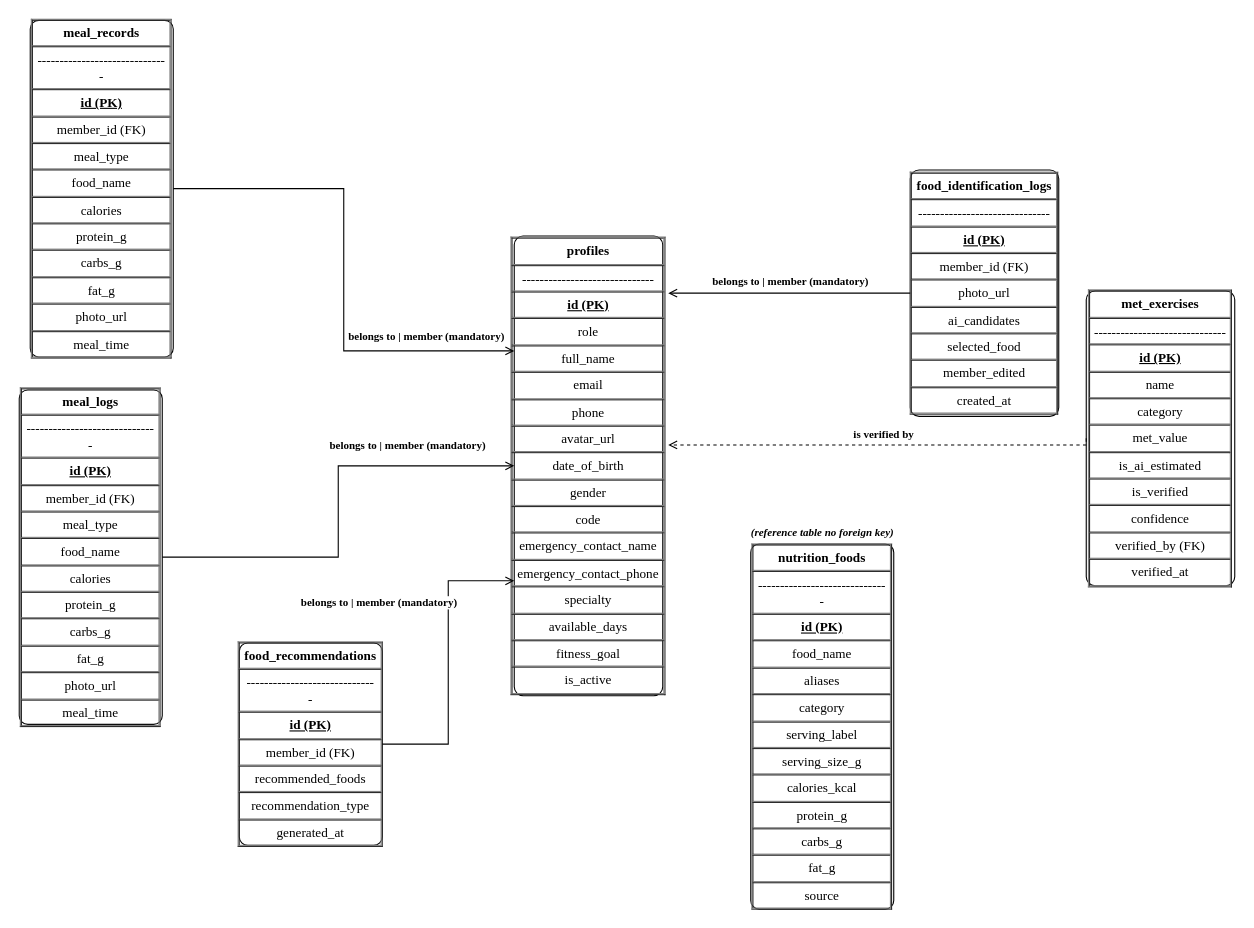
Above: chapter123/ERD-Fig24-Nutrition-Meal-Logging.drawio in JohnPaul010505/capstsh (draw.io), before the change. Source tidied: cells renumbered, new cells numbered last; positions are measured from the earlier drawing's top-left corner, leaving out a move shared by most shapes. Both pictures are drawn from the tidied source at 110%, with x=0, y=0 at pixel (19, 20).
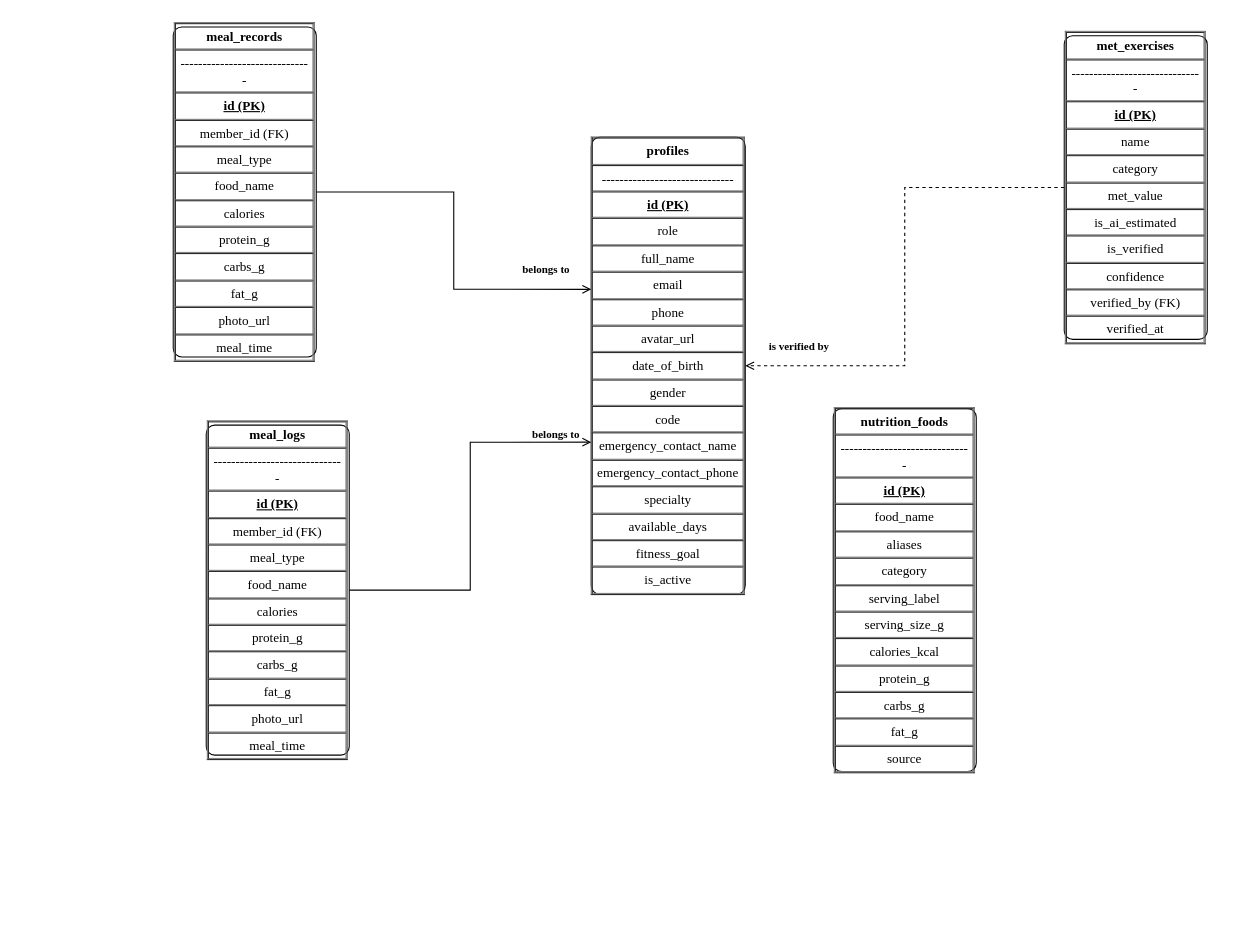
Above is the later version.

Change to the diagram source:
```diff
@@
 <mxGraphModel>
   <root>
     <mxCell id="0" />
     <mxCell id="1" parent="0" />
     <mxCell id="2" value="&lt;table border=&quot;1&quot; cellpadding=&quot;4&quot; cellspacing=&quot;0&quot; width=&quot;100%&quot;&gt;&lt;tr&gt;&lt;td align=&quot;center&quot;&gt;&lt;b&gt;meal_records&lt;/b&gt;&lt;/td&gt;&lt;/tr&gt;&lt;tr&gt;&lt;td&gt;------------------------------&lt;/td&gt;&lt;/tr&gt;&lt;tr&gt;&lt;td&gt;&lt;b&gt;&lt;u&gt;id (PK)&lt;/u&gt;&lt;/b&gt;&lt;/td&gt;&lt;/tr&gt;&lt;tr&gt;&lt;td&gt;member_id (FK)&lt;/td&gt;&lt;/tr&gt;&lt;tr&gt;&lt;td&gt;meal_type&lt;/td&gt;&lt;/tr&gt;&lt;tr&gt;&lt;td&gt;food_name&lt;/td&gt;&lt;/tr&gt;&lt;tr&gt;&lt;td&gt;calories&lt;/td&gt;&lt;/tr&gt;&lt;tr&gt;&lt;td&gt;protein_g&lt;/td&gt;&lt;/tr&gt;&lt;tr&gt;&lt;td&gt;carbs_g&lt;/td&gt;&lt;/tr&gt;&lt;tr&gt;&lt;td&gt;fat_g&lt;/td&gt;&lt;/tr&gt;&lt;tr&gt;&lt;td&gt;photo_url&lt;/td&gt;&lt;/tr&gt;&lt;tr&gt;&lt;td&gt;meal_time&lt;/td&gt;&lt;/tr&gt;&lt;/table&gt;" style="rounded=1;arcSize=6;whiteSpace=wrap;html=1;fillColor=#FFFFFF;strokeColor=#000000;fontFamily=Times New Roman;fontSize=12;" parent="1" vertex="1">
-      <mxGeometry x="10" width="130" height="306" as="geometry" />
+      <mxGeometry x="140" y="6" width="130" height="300" as="geometry" />
     </mxCell>
     <mxCell id="3" value="&lt;table border=&quot;1&quot; cellpadding=&quot;4&quot; cellspacing=&quot;0&quot; width=&quot;100%&quot;&gt;&lt;tr&gt;&lt;td align=&quot;center&quot;&gt;&lt;b&gt;meal_logs&lt;/b&gt;&lt;/td&gt;&lt;/tr&gt;&lt;tr&gt;&lt;td&gt;------------------------------&lt;/td&gt;&lt;/tr&gt;&lt;tr&gt;&lt;td&gt;&lt;b&gt;&lt;u&gt;id (PK)&lt;/u&gt;&lt;/b&gt;&lt;/td&gt;&lt;/tr&gt;&lt;tr&gt;&lt;td&gt;member_id (FK)&lt;/td&gt;&lt;/tr&gt;&lt;tr&gt;&lt;td&gt;meal_type&lt;/td&gt;&lt;/tr&gt;&lt;tr&gt;&lt;td&gt;food_name&lt;/td&gt;&lt;/tr&gt;&lt;tr&gt;&lt;td&gt;calories&lt;/td&gt;&lt;/tr&gt;&lt;tr&gt;&lt;td&gt;protein_g&lt;/td&gt;&lt;/tr&gt;&lt;tr&gt;&lt;td&gt;carbs_g&lt;/td&gt;&lt;/tr&gt;&lt;tr&gt;&lt;td&gt;fat_g&lt;/td&gt;&lt;/tr&gt;&lt;tr&gt;&lt;td&gt;photo_url&lt;/td&gt;&lt;/tr&gt;&lt;tr&gt;&lt;td&gt;meal_time&lt;/td&gt;&lt;/tr&gt;&lt;/table&gt;" style="rounded=1;arcSize=6;whiteSpace=wrap;html=1;fillColor=#FFFFFF;strokeColor=#000000;fontFamily=Times New Roman;fontSize=12;" parent="1" vertex="1">
-      <mxGeometry y="336" width="130" height="304" as="geometry" />
+      <mxGeometry x="170" y="368" width="130" height="300" as="geometry" />
     </mxCell>
-    <mxCell id="4" value="&lt;table border=&quot;1&quot; cellpadding=&quot;4&quot; cellspacing=&quot;0&quot; width=&quot;100%&quot;&gt;&lt;tr&gt;&lt;td align=&quot;center&quot;&gt;&lt;b&gt;food_recommendations&lt;/b&gt;&lt;/td&gt;&lt;/tr&gt;&lt;tr&gt;&lt;td&gt;------------------------------&lt;/td&gt;&lt;/tr&gt;&lt;tr&gt;&lt;td&gt;&lt;b&gt;&lt;u&gt;id (PK)&lt;/u&gt;&lt;/b&gt;&lt;/td&gt;&lt;/tr&gt;&lt;tr&gt;&lt;td&gt;member_id (FK)&lt;/td&gt;&lt;/tr&gt;&lt;tr&gt;&lt;td&gt;recommended_foods&lt;/td&gt;&lt;/tr&gt;&lt;tr&gt;&lt;td&gt;recommendation_type&lt;/td&gt;&lt;/tr&gt;&lt;tr&gt;&lt;td&gt;generated_at&lt;/td&gt;&lt;/tr&gt;&lt;/table&gt;" style="rounded=1;arcSize=6;whiteSpace=wrap;html=1;fillColor=#FFFFFF;strokeColor=#000000;fontFamily=Times New Roman;fontSize=12;" parent="1" vertex="1">
-      <mxGeometry x="200" y="566" width="130" height="184" as="geometry" />
+    <mxCell id="4" value="&lt;table border=&quot;1&quot; cellpadding=&quot;4&quot; cellspacing=&quot;0&quot; width=&quot;100%&quot;&gt;&lt;tr&gt;&lt;td align=&quot;center&quot;&gt;&lt;b&gt;met_exercises&lt;/b&gt;&lt;/td&gt;&lt;/tr&gt;&lt;tr&gt;&lt;td&gt;------------------------------&lt;/td&gt;&lt;/tr&gt;&lt;tr&gt;&lt;td&gt;&lt;b&gt;&lt;u&gt;id (PK)&lt;/u&gt;&lt;/b&gt;&lt;/td&gt;&lt;/tr&gt;&lt;tr&gt;&lt;td&gt;name&lt;/td&gt;&lt;/tr&gt;&lt;tr&gt;&lt;td&gt;category&lt;/td&gt;&lt;/tr&gt;&lt;tr&gt;&lt;td&gt;met_value&lt;/td&gt;&lt;/tr&gt;&lt;tr&gt;&lt;td&gt;is_ai_estimated&lt;/td&gt;&lt;/tr&gt;&lt;tr&gt;&lt;td&gt;is_verified&lt;/td&gt;&lt;/tr&gt;&lt;tr&gt;&lt;td&gt;confidence&lt;/td&gt;&lt;/tr&gt;&lt;tr&gt;&lt;td&gt;verified_by (FK)&lt;/td&gt;&lt;/tr&gt;&lt;tr&gt;&lt;td&gt;verified_at&lt;/td&gt;&lt;/tr&gt;&lt;/table&gt;" style="rounded=1;arcSize=6;whiteSpace=wrap;html=1;fillColor=#FFFFFF;strokeColor=#000000;fontFamily=Times New Roman;fontSize=12;" parent="1" vertex="1">
+      <mxGeometry x="950" y="14" width="130" height="276" as="geometry" />
     </mxCell>
-    <mxCell id="5" value="&lt;table border=&quot;1&quot; cellpadding=&quot;4&quot; cellspacing=&quot;0&quot; width=&quot;100%&quot;&gt;&lt;tr&gt;&lt;td align=&quot;center&quot;&gt;&lt;b&gt;food_identification_logs&lt;/b&gt;&lt;/td&gt;&lt;/tr&gt;&lt;tr&gt;&lt;td&gt;------------------------------&lt;/td&gt;&lt;/tr&gt;&lt;tr&gt;&lt;td&gt;&lt;b&gt;&lt;u&gt;id (PK)&lt;/u&gt;&lt;/b&gt;&lt;/td&gt;&lt;/tr&gt;&lt;tr&gt;&lt;td&gt;member_id (FK)&lt;/td&gt;&lt;/tr&gt;&lt;tr&gt;&lt;td&gt;photo_url&lt;/td&gt;&lt;/tr&gt;&lt;tr&gt;&lt;td&gt;ai_candidates&lt;/td&gt;&lt;/tr&gt;&lt;tr&gt;&lt;td&gt;selected_food&lt;/td&gt;&lt;/tr&gt;&lt;tr&gt;&lt;td&gt;member_edited&lt;/td&gt;&lt;/tr&gt;&lt;tr&gt;&lt;td&gt;created_at&lt;/td&gt;&lt;/tr&gt;&lt;/table&gt;" style="rounded=1;arcSize=6;whiteSpace=wrap;html=1;fillColor=#FFFFFF;strokeColor=#000000;fontFamily=Times New Roman;fontSize=12;" parent="1" vertex="1">
-      <mxGeometry x="810" y="136" width="135" height="224" as="geometry" />
+    <mxCell id="5" value="&lt;table border=&quot;1&quot; cellpadding=&quot;4&quot; cellspacing=&quot;0&quot; width=&quot;100%&quot;&gt;&lt;tr&gt;&lt;td align=&quot;center&quot;&gt;&lt;b&gt;nutrition_foods&lt;/b&gt;&lt;/td&gt;&lt;/tr&gt;&lt;tr&gt;&lt;td&gt;------------------------------&lt;/td&gt;&lt;/tr&gt;&lt;tr&gt;&lt;td&gt;&lt;b&gt;&lt;u&gt;id (PK)&lt;/u&gt;&lt;/b&gt;&lt;/td&gt;&lt;/tr&gt;&lt;tr&gt;&lt;td&gt;food_name&lt;/td&gt;&lt;/tr&gt;&lt;tr&gt;&lt;td&gt;aliases&lt;/td&gt;&lt;/tr&gt;&lt;tr&gt;&lt;td&gt;category&lt;/td&gt;&lt;/tr&gt;&lt;tr&gt;&lt;td&gt;serving_label&lt;/td&gt;&lt;/tr&gt;&lt;tr&gt;&lt;td&gt;serving_size_g&lt;/td&gt;&lt;/tr&gt;&lt;tr&gt;&lt;td&gt;calories_kcal&lt;/td&gt;&lt;/tr&gt;&lt;tr&gt;&lt;td&gt;protein_g&lt;/td&gt;&lt;/tr&gt;&lt;tr&gt;&lt;td&gt;carbs_g&lt;/td&gt;&lt;/tr&gt;&lt;tr&gt;&lt;td&gt;fat_g&lt;/td&gt;&lt;/tr&gt;&lt;tr&gt;&lt;td&gt;source&lt;/td&gt;&lt;/tr&gt;&lt;/table&gt;" style="rounded=1;arcSize=6;whiteSpace=wrap;html=1;fillColor=#FFFFFF;strokeColor=#000000;fontFamily=Times New Roman;fontSize=12;" parent="1" vertex="1">
+      <mxGeometry x="740" y="353" width="130" height="330" as="geometry" />
     </mxCell>
-    <mxCell id="6" value="&lt;table border=&quot;1&quot; cellpadding=&quot;4&quot; cellspacing=&quot;0&quot; width=&quot;100%&quot;&gt;&lt;tr&gt;&lt;td align=&quot;center&quot;&gt;&lt;b&gt;met_exercises&lt;/b&gt;&lt;/td&gt;&lt;/tr&gt;&lt;tr&gt;&lt;td&gt;------------------------------&lt;/td&gt;&lt;/tr&gt;&lt;tr&gt;&lt;td&gt;&lt;b&gt;&lt;u&gt;id (PK)&lt;/u&gt;&lt;/b&gt;&lt;/td&gt;&lt;/tr&gt;&lt;tr&gt;&lt;td&gt;name&lt;/td&gt;&lt;/tr&gt;&lt;tr&gt;&lt;td&gt;category&lt;/td&gt;&lt;/tr&gt;&lt;tr&gt;&lt;td&gt;met_value&lt;/td&gt;&lt;/tr&gt;&lt;tr&gt;&lt;td&gt;is_ai_estimated&lt;/td&gt;&lt;/tr&gt;&lt;tr&gt;&lt;td&gt;is_verified&lt;/td&gt;&lt;/tr&gt;&lt;tr&gt;&lt;td&gt;confidence&lt;/td&gt;&lt;/tr&gt;&lt;tr&gt;&lt;td&gt;verified_by (FK)&lt;/td&gt;&lt;/tr&gt;&lt;tr&gt;&lt;td&gt;verified_at&lt;/td&gt;&lt;/tr&gt;&lt;/table&gt;" style="rounded=1;arcSize=6;whiteSpace=wrap;html=1;fillColor=#FFFFFF;strokeColor=#000000;fontFamily=Times New Roman;fontSize=12;" parent="1" vertex="1">
-      <mxGeometry x="970" y="246" width="135" height="268" as="geometry" />
-    </mxCell>
-    <mxCell id="7" value="&lt;table border=&quot;1&quot; cellpadding=&quot;4&quot; cellspacing=&quot;0&quot; width=&quot;100%&quot;&gt;&lt;tr&gt;&lt;td align=&quot;center&quot;&gt;&lt;b&gt;nutrition_foods&lt;/b&gt;&lt;/td&gt;&lt;/tr&gt;&lt;tr&gt;&lt;td&gt;------------------------------&lt;/td&gt;&lt;/tr&gt;&lt;tr&gt;&lt;td&gt;&lt;b&gt;&lt;u&gt;id (PK)&lt;/u&gt;&lt;/b&gt;&lt;/td&gt;&lt;/tr&gt;&lt;tr&gt;&lt;td&gt;food_name&lt;/td&gt;&lt;/tr&gt;&lt;tr&gt;&lt;td&gt;aliases&lt;/td&gt;&lt;/tr&gt;&lt;tr&gt;&lt;td&gt;category&lt;/td&gt;&lt;/tr&gt;&lt;tr&gt;&lt;td&gt;serving_label&lt;/td&gt;&lt;/tr&gt;&lt;tr&gt;&lt;td&gt;serving_size_g&lt;/td&gt;&lt;/tr&gt;&lt;tr&gt;&lt;td&gt;calories_kcal&lt;/td&gt;&lt;/tr&gt;&lt;tr&gt;&lt;td&gt;protein_g&lt;/td&gt;&lt;/tr&gt;&lt;tr&gt;&lt;td&gt;carbs_g&lt;/td&gt;&lt;/tr&gt;&lt;tr&gt;&lt;td&gt;fat_g&lt;/td&gt;&lt;/tr&gt;&lt;tr&gt;&lt;td&gt;source&lt;/td&gt;&lt;/tr&gt;&lt;/table&gt;" style="rounded=1;arcSize=6;whiteSpace=wrap;html=1;fillColor=#FFFFFF;strokeColor=#000000;fontFamily=Times New Roman;fontSize=12;" parent="1" vertex="1">
-      <mxGeometry x="665" y="476" width="130" height="332" as="geometry" />
-    </mxCell>
     <mxCell id="8" value="&lt;table border=&quot;1&quot; cellpadding=&quot;4&quot; cellspacing=&quot;0&quot; width=&quot;100%&quot;&gt;&lt;tr&gt;&lt;td align=&quot;center&quot;&gt;&lt;b&gt;profiles&lt;/b&gt;&lt;/td&gt;&lt;/tr&gt;&lt;tr&gt;&lt;td&gt;------------------------------&lt;/td&gt;&lt;/tr&gt;&lt;tr&gt;&lt;td&gt;&lt;b&gt;&lt;u&gt;id (PK)&lt;/u&gt;&lt;/b&gt;&lt;/td&gt;&lt;/tr&gt;&lt;tr&gt;&lt;td&gt;role&lt;/td&gt;&lt;/tr&gt;&lt;tr&gt;&lt;td&gt;full_name&lt;/td&gt;&lt;/tr&gt;&lt;tr&gt;&lt;td&gt;email&lt;/td&gt;&lt;/tr&gt;&lt;tr&gt;&lt;td&gt;phone&lt;/td&gt;&lt;/tr&gt;&lt;tr&gt;&lt;td&gt;avatar_url&lt;/td&gt;&lt;/tr&gt;&lt;tr&gt;&lt;td&gt;date_of_birth&lt;/td&gt;&lt;/tr&gt;&lt;tr&gt;&lt;td&gt;gender&lt;/td&gt;&lt;/tr&gt;&lt;tr&gt;&lt;td&gt;code&lt;/td&gt;&lt;/tr&gt;&lt;tr&gt;&lt;td&gt;emergency_contact_name&lt;/td&gt;&lt;/tr&gt;&lt;tr&gt;&lt;td&gt;emergency_contact_phone&lt;/td&gt;&lt;/tr&gt;&lt;tr&gt;&lt;td&gt;specialty&lt;/td&gt;&lt;/tr&gt;&lt;tr&gt;&lt;td&gt;available_days&lt;/td&gt;&lt;/tr&gt;&lt;tr&gt;&lt;td&gt;fitness_goal&lt;/td&gt;&lt;/tr&gt;&lt;tr&gt;&lt;td&gt;is_active&lt;/td&gt;&lt;/tr&gt;&lt;/table&gt;" style="rounded=1;arcSize=6;whiteSpace=wrap;html=1;fillColor=#FFFFFF;strokeColor=#000000;fontFamily=Times New Roman;fontSize=12;" parent="1" vertex="1">
-      <mxGeometry x="450" y="196" width="135" height="418" as="geometry" />
+      <mxGeometry x="520" y="106" width="140" height="416" as="geometry" />
     </mxCell>
-    <mxCell id="9" value="&lt;b&gt;(reference table no foreign key)&lt;/b&gt;" style="text;html=1;align=center;verticalAlign=middle;fontFamily=Times New Roman;fontSize=10;fontStyle=2;strokeColor=none;fillColor=none;" parent="1" vertex="1">
-      <mxGeometry x="590" y="454" width="280" height="22" as="geometry" />
-    </mxCell>
-    <mxCell id="10" value="belongs to  |  member (mandatory)" style="edgeStyle=orthogonalEdgeStyle;rounded=0;html=1;strokeColor=#000000;endArrow=open;endFill=0;fontFamily=Times New Roman;fontSize=10;fontStyle=1;labelBackgroundColor=#FFFFFF;exitX=1.000;exitY=0.500;exitDx=0;exitDy=0;entryX=0.000;entryY=0.250;entryDx=0;entryDy=0;" parent="1" edge="1" source="2" target="8">
-      <mxGeometry x="0.65" y="15" relative="1" as="geometry">
-        <mxPoint y="1" as="offset" />
-      </mxGeometry>
+    <mxCell id="10" value="belongs to&amp;nbsp;" style="edgeStyle=orthogonalEdgeStyle;rounded=0;html=1;strokeColor=#000000;endArrow=open;endFill=0;fontFamily=Times New Roman;fontSize=10;fontStyle=1;labelBackgroundColor=#FFFFFF;exitX=1.000;exitY=0.500;exitDx=0;exitDy=0;entryX=0.000;entryY=0.333;entryDx=0;entryDy=0;" parent="1" edge="1" source="2" target="8">
+      <mxGeometry x="0.76" y="19" relative="1" as="geometry" />
     </mxCell>
-    <mxCell id="11" value="belongs to  |  member (mandatory)" style="edgeStyle=orthogonalEdgeStyle;rounded=0;html=1;strokeColor=#000000;endArrow=open;endFill=0;fontFamily=Times New Roman;fontSize=10;fontStyle=1;labelBackgroundColor=#FFFFFF;exitX=1.000;exitY=0.500;exitDx=0;exitDy=0;entryX=0.000;entryY=0.500;entryDx=0;entryDy=0;" parent="1" edge="1" source="3" target="8">
-      <mxGeometry x="0.52" y="19" relative="1" as="geometry" />
+    <mxCell id="11" value="belongs to&amp;nbsp;" style="edgeStyle=orthogonalEdgeStyle;rounded=0;html=1;strokeColor=#000000;endArrow=open;endFill=0;fontFamily=Times New Roman;fontSize=10;fontStyle=1;labelBackgroundColor=#FFFFFF;exitX=1.000;exitY=0.500;exitDx=0;exitDy=0;entryX=0.000;entryY=0.667;entryDx=0;entryDy=0;" parent="1" edge="1" source="3" target="8">
+      <mxGeometry x="0.83" y="7" relative="1" as="geometry" />
     </mxCell>
-    <mxCell id="12" value="belongs to  |  member (mandatory)" style="edgeStyle=orthogonalEdgeStyle;rounded=0;html=1;strokeColor=#000000;endArrow=open;endFill=0;fontFamily=Times New Roman;fontSize=10;fontStyle=1;labelBackgroundColor=#FFFFFF;exitX=1.000;exitY=0.500;exitDx=0;exitDy=0;entryX=0.000;entryY=0.750;entryDx=0;entryDy=0;" parent="1" edge="1" source="4" target="8">
-      <mxGeometry x="0.55" y="33" relative="1" as="geometry">
-        <mxPoint x="-30" y="19" as="offset" />
-      </mxGeometry>
+    <mxCell id="12" value="is verified by&amp;nbsp;" style="edgeStyle=orthogonalEdgeStyle;rounded=0;html=1;strokeColor=#000000;endArrow=open;endFill=0;fontFamily=Times New Roman;fontSize=10;fontStyle=1;labelBackgroundColor=#FFFFFF;dashed=1;exitX=0.000;exitY=0.500;exitDx=0;exitDy=0;entryX=1.000;entryY=0.500;entryDx=0;entryDy=0;" parent="1" edge="1" source="4" target="8">
+      <mxGeometry x="0.78" y="-18" relative="1" as="geometry" />
     </mxCell>
-    <mxCell id="13" value="belongs to  |  member (mandatory)" style="edgeStyle=orthogonalEdgeStyle;rounded=0;html=1;strokeColor=#000000;endArrow=open;endFill=0;fontFamily=Times New Roman;fontSize=10;fontStyle=1;labelBackgroundColor=#FFFFFF;exitX=0.000;exitY=0.500;exitDx=0;exitDy=0;" parent="1" edge="1" source="5">
-      <mxGeometry y="-12" relative="1" as="geometry">
-        <mxPoint x="590" y="248" as="targetPoint" />
-      </mxGeometry>
-    </mxCell>
-    <mxCell id="14" value="is verified by&amp;nbsp;" style="edgeStyle=orthogonalEdgeStyle;rounded=0;html=1;strokeColor=#000000;endArrow=open;endFill=0;fontFamily=Times New Roman;fontSize=10;fontStyle=1;labelBackgroundColor=#FFFFFF;dashed=1;exitX=0.000;exitY=0.500;exitDx=0;exitDy=0;" parent="1" edge="1" source="6">
-      <mxGeometry x="-0.02" y="-10" relative="1" as="geometry">
-        <mxPoint x="590" y="386" as="targetPoint" />
-        <Array as="points">
-          <mxPoint x="970" y="386" />
-        </Array>
-      </mxGeometry>
-    </mxCell>
   </root>
 </mxGraphModel>
```
